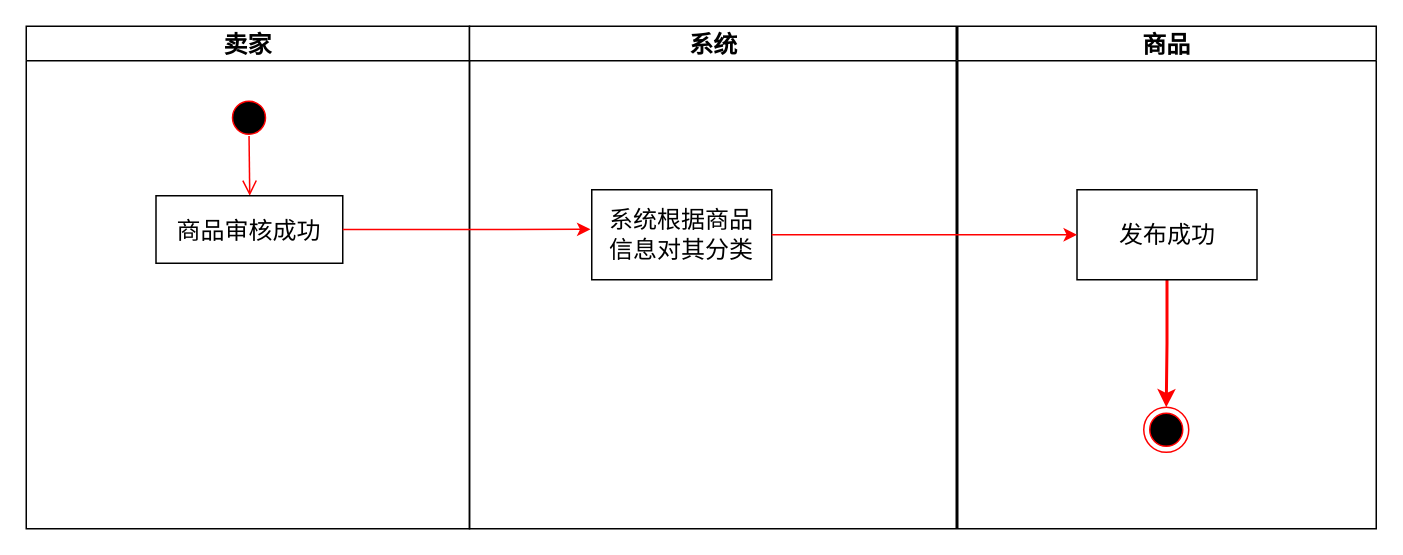
Before: 商品管理业务流程图.drawio in 200928/image, a draw.io diagram. Source tidied: cells renumbered, new cells numbered last; positions are measured from the earlier drawing's top-left corner, leaving out a move shared by most shapes. Both pictures are drawn from the tidied source at 150%, with x=0, y=0 at pixel (26, 26).
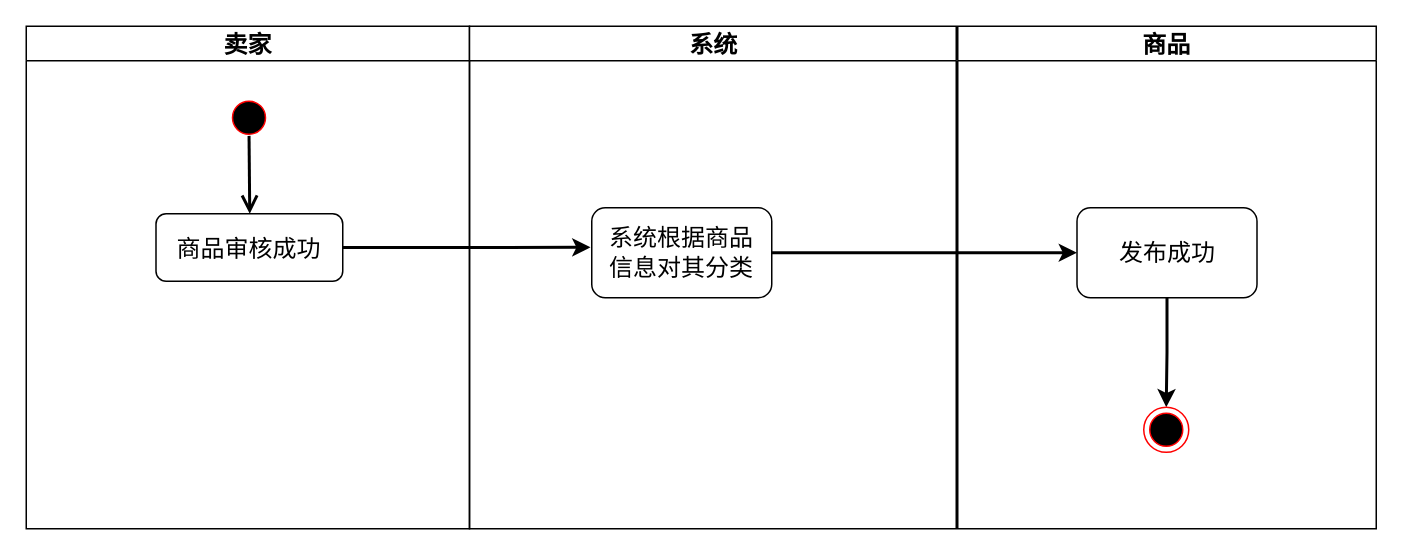
The same page after the edit.

Commit message (it also covers changes not shown here):
更新商品管理业务流程图.drawio

Change to the diagram source:
```diff
@@
 <mxGraphModel>
   <root>
     <mxCell id="0" />
     <mxCell id="1" parent="0" />
     <mxCell id="2" value="卖家" style="swimlane;whiteSpace=wrap;startSize=23;fontSize=16;" parent="1" vertex="1">
       <mxGeometry width="295.5" height="335" as="geometry" />
     </mxCell>
     <mxCell id="3" style="ellipse;shape=startState;fillColor=#000000;strokeColor=#ff0000;fontSize=16;" parent="2" vertex="1">
       <mxGeometry x="133.5" y="46" width="30" height="30" as="geometry" />
     </mxCell>
-    <mxCell id="4" style="edgeStyle=elbowEdgeStyle;elbow=horizontal;verticalAlign=bottom;endArrow=open;endSize=8;strokeColor=#FF0000;endFill=1;rounded=0;exitX=0.501;exitY=0.903;exitDx=0;exitDy=0;exitPerimeter=0;fontSize=16;" parent="2" edge="1" source="3" target="5">
+    <mxCell id="4" style="edgeStyle=elbowEdgeStyle;elbow=horizontal;verticalAlign=bottom;endArrow=open;endSize=8;strokeColor=#000000;endFill=1;rounded=0;exitX=0.501;exitY=0.903;exitDx=0;exitDy=0;exitPerimeter=0;fontSize=16;strokeWidth=2;" parent="2" edge="1" source="3" target="5">
       <mxGeometry x="133.5" y="40" as="geometry" />
     </mxCell>
-    <mxCell id="5" value="商品审核成功" style="fontSize=16;" parent="2" vertex="1">
-      <mxGeometry x="86.5" y="113" width="124.5" height="45" as="geometry" />
+    <mxCell id="5" value="商品审核成功" style="fontSize=16;rounded=1;" parent="2" vertex="1">
+      <mxGeometry x="86.5" y="125" width="124.5" height="45" as="geometry" />
     </mxCell>
     <mxCell id="6" value="系统" style="swimlane;whiteSpace=wrap;gradientColor=none;swimlaneFillColor=none;fontSize=16;labelBorderColor=none;" parent="1" vertex="1">
       <mxGeometry x="295.5" width="324.5" height="335" as="geometry" />
     </mxCell>
-    <mxCell id="7" value="系统根据商品&lt;br&gt;信息对其分类" style="whiteSpace=wrap;html=1;fontSize=16;" parent="6" vertex="1">
-      <mxGeometry x="81.5" y="109" width="120" height="60" as="geometry" />
+    <mxCell id="7" value="系统根据商品&lt;br&gt;信息对其分类" style="whiteSpace=wrap;html=1;fontSize=16;rounded=1;" parent="6" vertex="1">
+      <mxGeometry x="81.5" y="121" width="120" height="60" as="geometry" />
     </mxCell>
     <mxCell id="8" value="商品" style="swimlane;whiteSpace=wrap;fontSize=16;" parent="1" vertex="1">
       <mxGeometry x="621" width="279" height="335" as="geometry" />
     </mxCell>
-    <mxCell id="9" style="edgeStyle=orthogonalEdgeStyle;rounded=0;jettySize=auto;html=1;strokeColor=#FF0000;strokeWidth=2;" parent="8" edge="1" source="10" target="11">
+    <mxCell id="9" style="edgeStyle=orthogonalEdgeStyle;rounded=0;jettySize=auto;html=1;strokeColor=#000000;strokeWidth=2;" parent="8" edge="1" source="10" target="11">
       <mxGeometry relative="1" as="geometry" />
     </mxCell>
-    <mxCell id="10" value="发布成功" style="whiteSpace=wrap;html=1;fontSize=16;fillColor=rgb(255, 255, 255);strokeColor=rgb(0, 0, 0);fontColor=rgb(0, 0, 0);" parent="8" vertex="1">
-      <mxGeometry x="79.5" y="109" width="120" height="60" as="geometry" />
+    <mxCell id="10" value="发布成功" style="whiteSpace=wrap;html=1;fontSize=16;fillColor=rgb(255, 255, 255);strokeColor=rgb(0, 0, 0);fontColor=rgb(0, 0, 0);rounded=1;" parent="8" vertex="1">
+      <mxGeometry x="79.5" y="121" width="120" height="60" as="geometry" />
     </mxCell>
     <mxCell id="11" style="ellipse;html=1;shape=endState;fillColor=#000000;strokeColor=#ff0000;" parent="8" vertex="1">
       <mxGeometry x="124" y="254" width="30" height="30" as="geometry" />
     </mxCell>
-    <mxCell id="12" style="edgeStyle=orthogonalEdgeStyle;rounded=0;jettySize=auto;html=1;strokeColor=#FF0000;exitX=1;exitY=0.5;exitDx=0;exitDy=0;fontSize=16;entryX=-0.007;entryY=0.44;entryDx=0;entryDy=0;entryPerimeter=0;" parent="1" edge="1" source="5" target="7">
+    <mxCell id="12" style="edgeStyle=orthogonalEdgeStyle;rounded=0;jettySize=auto;html=1;strokeColor=#000000;exitX=1;exitY=0.5;exitDx=0;exitDy=0;fontSize=16;entryX=-0.007;entryY=0.44;entryDx=0;entryDy=0;entryPerimeter=0;strokeWidth=2;" parent="1" edge="1" source="5" target="7">
       <mxGeometry relative="1" as="geometry" />
     </mxCell>
-    <mxCell id="13" style="edgeStyle=orthogonalEdgeStyle;rounded=0;jettySize=auto;html=1;strokeColor=#FF0000;" parent="1" edge="1" source="7" target="10">
+    <mxCell id="13" style="edgeStyle=orthogonalEdgeStyle;rounded=0;jettySize=auto;html=1;strokeColor=#000000;strokeWidth=2;" parent="1" edge="1" source="7" target="10">
       <mxGeometry relative="1" as="geometry" />
     </mxCell>
   </root>
 </mxGraphModel>
```
